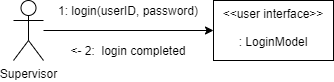
Above: 상세명세서/Behavioral Model/communication diagram/로그인 communication diagram.png in distroytest/KNUSD-20202-Team05 (draw.io), before the change. Source tidied: cells renumbered, new cells last; positions are measured from the earlier drawing's top-left corner, leaving out a move shared by most shapes. The source it was exported from:
```xml
<mxGraphModel>
  <root>
    <mxCell id="0" />
    <mxCell id="1" parent="0" />
    <mxCell id="2" style="edgeStyle=orthogonalEdgeStyle;rounded=0;jettySize=auto;html=1;" parent="1" edge="1" source="3" target="4">
      <mxGeometry relative="1" as="geometry" />
    </mxCell>
    <mxCell id="3" value="Supervisor" style="shape=umlActor;verticalLabelPosition=bottom;verticalAlign=top;html=1;outlineConnect=0;" parent="1" vertex="1">
      <mxGeometry width="30" height="60" as="geometry" />
    </mxCell>
    <mxCell id="4" value="&amp;lt;&amp;lt;user interface&amp;gt;&amp;gt;&lt;br&gt;&lt;br&gt;: LoginModel" style="whiteSpace=wrap;html=1;verticalAlign=top;" parent="1" vertex="1">
      <mxGeometry x="200" width="120" height="60" as="geometry" />
    </mxCell>
    <mxCell id="5" value="1: login(userID, password)" style="text;html=1;strokeColor=none;fillColor=none;align=center;verticalAlign=middle;whiteSpace=wrap;rounded=0;" parent="1" vertex="1">
      <mxGeometry x="30" width="170" height="20" as="geometry" />
    </mxCell>
    <mxCell id="6" value="&amp;lt;- 2:&amp;nbsp; login completed" style="text;html=1;strokeColor=none;fillColor=none;align=center;verticalAlign=middle;whiteSpace=wrap;rounded=0;" parent="1" vertex="1">
      <mxGeometry x="30" y="40" width="170" height="20" as="geometry" />
    </mxCell>
  </root>
</mxGraphModel>
```
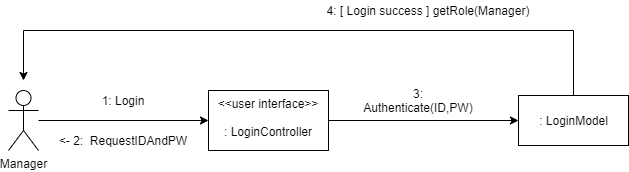
Above is the later version.

Diff of the diagram source:
```diff
@@ -5,17 +5,38 @@
     <mxCell id="2" style="edgeStyle=orthogonalEdgeStyle;rounded=0;jettySize=auto;html=1;" parent="1" edge="1" source="3" target="4">
       <mxGeometry relative="1" as="geometry" />
     </mxCell>
-    <mxCell id="3" value="Supervisor" style="shape=umlActor;verticalLabelPosition=bottom;verticalAlign=top;html=1;outlineConnect=0;" parent="1" vertex="1">
+    <mxCell id="3" value="Manager" style="shape=umlActor;verticalLabelPosition=bottom;verticalAlign=top;html=1;outlineConnect=0;" parent="1" vertex="1">
       <mxGeometry width="30" height="60" as="geometry" />
     </mxCell>
+    <mxCell id="7" style="edgeStyle=orthogonalEdgeStyle;rounded=0;jettySize=auto;html=1;exitX=1;exitY=0.5;exitDx=0;exitDy=0;entryX=0;entryY=0.5;entryDx=0;entryDy=0;" parent="1" edge="1" source="4" target="9">
+      <mxGeometry relative="1" as="geometry" />
+    </mxCell>
-    <mxCell id="4" value="&amp;lt;&amp;lt;user interface&amp;gt;&amp;gt;&lt;br&gt;&lt;br&gt;: LoginModel" style="whiteSpace=wrap;html=1;verticalAlign=top;" parent="1" vertex="1">
+    <mxCell id="4" value="&amp;lt;&amp;lt;user interface&amp;gt;&amp;gt;&lt;br&gt;&lt;br&gt;: LoginController" style="whiteSpace=wrap;html=1;verticalAlign=top;" parent="1" vertex="1">
       <mxGeometry x="200" width="120" height="60" as="geometry" />
     </mxCell>
-    <mxCell id="5" value="1: login(userID, password)" style="text;html=1;strokeColor=none;fillColor=none;align=center;verticalAlign=middle;whiteSpace=wrap;rounded=0;" parent="1" vertex="1">
+    <mxCell id="5" value="1: Login" style="text;html=1;strokeColor=none;fillColor=none;align=center;verticalAlign=middle;whiteSpace=wrap;rounded=0;" parent="1" vertex="1">
       <mxGeometry x="30" width="170" height="20" as="geometry" />
     </mxCell>
-    <mxCell id="6" value="&amp;lt;- 2:&amp;nbsp; login completed" style="text;html=1;strokeColor=none;fillColor=none;align=center;verticalAlign=middle;whiteSpace=wrap;rounded=0;" parent="1" vertex="1">
+    <mxCell id="6" value="&amp;lt;- 2:&amp;nbsp; RequestIDAndPW" style="text;html=1;strokeColor=none;fillColor=none;align=center;verticalAlign=middle;whiteSpace=wrap;rounded=0;" parent="1" vertex="1">
       <mxGeometry x="30" y="40" width="170" height="20" as="geometry" />
     </mxCell>
+    <mxCell id="8" style="edgeStyle=orthogonalEdgeStyle;rounded=0;jettySize=auto;html=1;" parent="1" edge="1" source="9">
+      <mxGeometry relative="1" as="geometry">
+        <mxPoint x="15" y="-10" as="targetPoint" />
+        <Array as="points">
+          <mxPoint x="565" y="-60" />
+          <mxPoint x="15" y="-60" />
+        </Array>
+      </mxGeometry>
+    </mxCell>
+    <mxCell id="9" value=": LoginModel" style="html=1;" parent="1" vertex="1">
+      <mxGeometry x="510" y="5" width="110" height="50" as="geometry" />
+    </mxCell>
+    <mxCell id="10" value="3: Authenticate(ID,PW)" style="text;html=1;strokeColor=none;fillColor=none;align=center;verticalAlign=middle;whiteSpace=wrap;rounded=0;" parent="1" vertex="1">
+      <mxGeometry x="360" width="100" height="20" as="geometry" />
+    </mxCell>
+    <mxCell id="11" value="4: [ Login success ] getRole(Manager)" style="text;html=1;strokeColor=none;fillColor=none;align=center;verticalAlign=middle;whiteSpace=wrap;rounded=0;" parent="1" vertex="1">
+      <mxGeometry x="300" y="-90" width="240" height="20" as="geometry" />
+    </mxCell>
   </root>
 </mxGraphModel>
```
